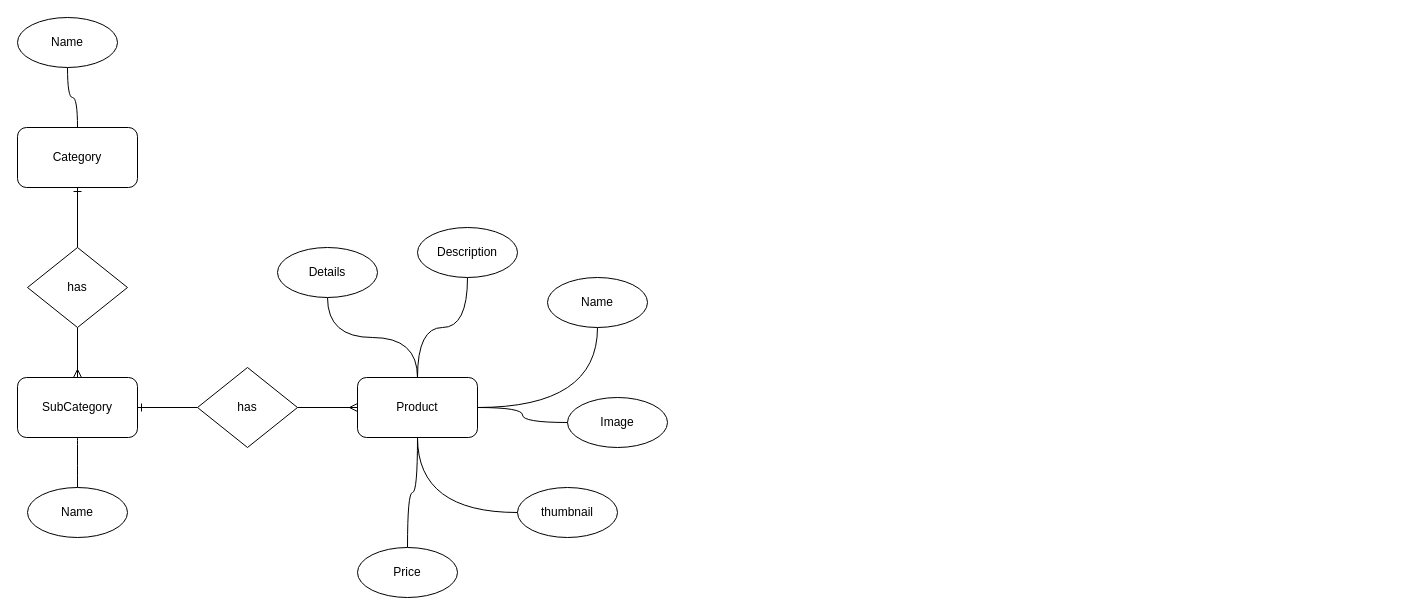
Above: diagrams/WEB.drawio in JeeJay23/diagrams (draw.io), before the change. Source tidied: cells renumbered, new cells numbered last; positions are measured from the earlier drawing's top-left corner, leaving out a move shared by most shapes. Both pictures are drawn from the tidied source at 100%, with x=0, y=0 at pixel (17, 17).
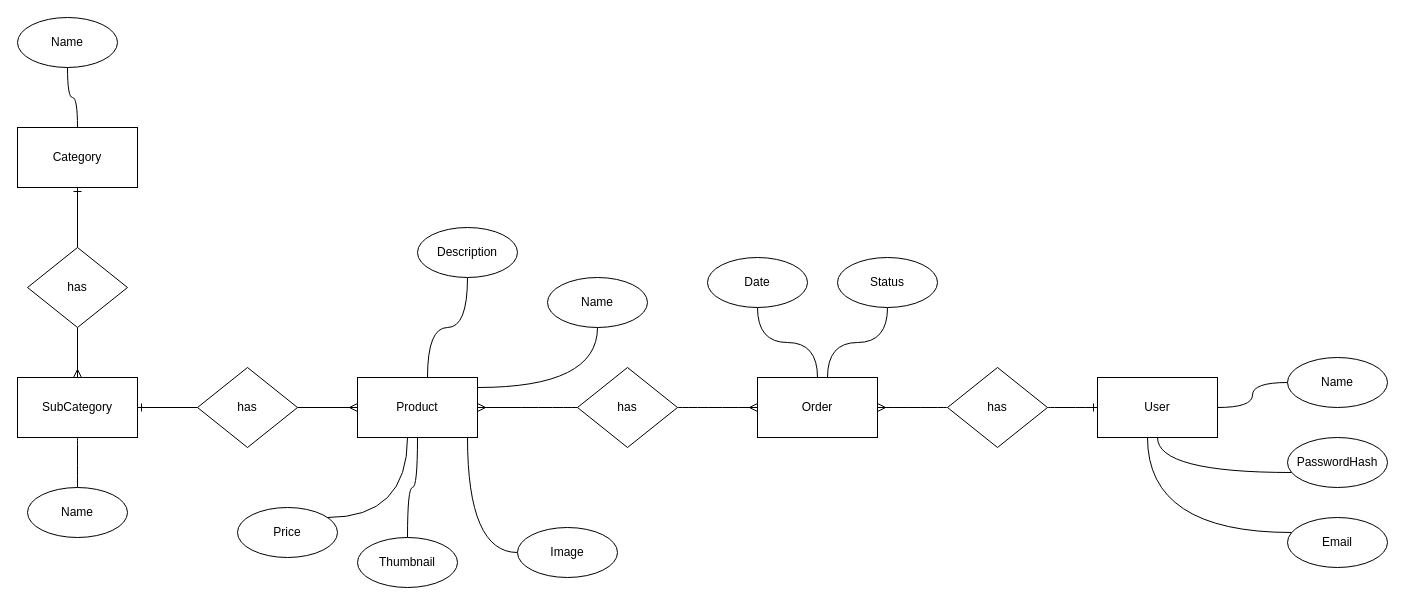
The same diagram, later.

Diff of the diagram source:
```diff
@@
-    <mxCell id="2" style="edgeStyle=orthogonalEdgeStyle;curved=1;rounded=0;jettySize=auto;html=1;endArrow=none;endFill=0;" parent="1" edge="1" source="6" target="8">
-      <mxGeometry relative="1" as="geometry" />
-    </mxCell>
     <mxCell id="3" style="edgeStyle=orthogonalEdgeStyle;curved=1;rounded=0;jettySize=auto;html=1;endArrow=none;endFill=0;" parent="1" edge="1" source="6" target="7">
-      <mxGeometry relative="1" as="geometry" />
+      <mxGeometry relative="1" as="geometry">
+        <Array as="points">
+          <mxPoint x="410" y="310" />
+          <mxPoint x="450" y="310" />
+        </Array>
+      </mxGeometry>
     </mxCell>
     <mxCell id="4" style="edgeStyle=orthogonalEdgeStyle;curved=1;rounded=0;jettySize=auto;html=1;endArrow=none;endFill=0;" parent="1" edge="1" source="6" target="16">
-      <mxGeometry relative="1" as="geometry" />
+      <mxGeometry relative="1" as="geometry">
+        <Array as="points">
+          <mxPoint x="580" y="370" />
+        </Array>
+      </mxGeometry>
     </mxCell>
     <mxCell id="5" style="edgeStyle=orthogonalEdgeStyle;curved=1;rounded=0;jettySize=auto;html=1;endArrow=none;endFill=0;" parent="1" edge="1" source="6" target="26">
-      <mxGeometry relative="1" as="geometry" />
+      <mxGeometry relative="1" as="geometry">
+        <Array as="points">
+          <mxPoint x="390" y="500" />
+          <mxPoint x="280" y="500" />
+        </Array>
+      </mxGeometry>
     </mxCell>
+    <mxCell id="27" style="edgeStyle=orthogonalEdgeStyle;curved=1;rounded=0;jettySize=auto;html=1;endArrow=none;endFill=0;" parent="1" edge="1" source="6" target="10">
+      <mxGeometry relative="1" as="geometry">
+        <Array as="points">
+          <mxPoint x="450" y="535" />
+        </Array>
+      </mxGeometry>
+    </mxCell>
-    <mxCell id="6" value="Product" style="rounded=1;whiteSpace=wrap;html=1;" parent="1" vertex="1">
+    <mxCell id="6" value="Product" style="rounded=0;whiteSpace=wrap;html=1;" parent="1" vertex="1">
       <mxGeometry x="340" y="360" width="120" height="60" as="geometry" />
     </mxCell>
-    <mxCell id="7" value="Description" style="ellipse;whiteSpace=wrap;html=1;" parent="1" vertex="1">
+    <mxCell id="7" value="Description" style="ellipse;whiteSpace=wrap;html=1;rounded=0;" parent="1" vertex="1">
       <mxGeometry x="400" y="210" width="100" height="50" as="geometry" />
     </mxCell>
-    <mxCell id="8" value="Details" style="ellipse;whiteSpace=wrap;html=1;" parent="1" vertex="1">
-      <mxGeometry x="260" y="230" width="100" height="50" as="geometry" />
-    </mxCell>
-    <mxCell id="9" style="edgeStyle=orthogonalEdgeStyle;curved=1;rounded=0;jettySize=auto;html=1;endArrow=none;endFill=0;" parent="1" edge="1" source="10" target="6">
-      <mxGeometry relative="1" as="geometry" />
-    </mxCell>
-    <mxCell id="10" value="Image" style="ellipse;whiteSpace=wrap;html=1;" parent="1" vertex="1">
-      <mxGeometry x="550" y="380" width="100" height="50" as="geometry" />
+    <mxCell id="10" value="Image" style="ellipse;whiteSpace=wrap;html=1;rounded=0;" parent="1" vertex="1">
+      <mxGeometry x="500" y="510" width="100" height="50" as="geometry" />
     </mxCell>
@@
-    <mxCell id="12" value="thumbnail" style="ellipse;whiteSpace=wrap;html=1;" parent="1" vertex="1">
-      <mxGeometry x="500" y="470" width="100" height="50" as="geometry" />
+    <mxCell id="12" value="Thumbnail" style="ellipse;whiteSpace=wrap;html=1;rounded=0;" parent="1" vertex="1">
+      <mxGeometry x="340" y="520" width="100" height="50" as="geometry" />
     </mxCell>
@@
-    <mxCell id="14" value="Category" style="rounded=1;whiteSpace=wrap;html=1;" parent="1" vertex="1">
+    <mxCell id="14" value="Category" style="rounded=0;whiteSpace=wrap;html=1;" parent="1" vertex="1">
       <mxGeometry y="110" width="120" height="60" as="geometry" />
     </mxCell>
-    <mxCell id="15" value="Name" style="ellipse;whiteSpace=wrap;html=1;" parent="1" vertex="1">
+    <mxCell id="15" value="Name" style="ellipse;whiteSpace=wrap;html=1;rounded=0;" parent="1" vertex="1">
       <mxGeometry width="100" height="50" as="geometry" />
     </mxCell>
-    <mxCell id="16" value="Name" style="ellipse;whiteSpace=wrap;html=1;" parent="1" vertex="1">
+    <mxCell id="16" value="Name" style="ellipse;whiteSpace=wrap;html=1;rounded=0;" parent="1" vertex="1">
       <mxGeometry x="530" y="260" width="100" height="50" as="geometry" />
     </mxCell>
@@
-    <mxCell id="18" value="SubCategory" style="rounded=1;whiteSpace=wrap;html=1;" parent="1" vertex="1">
+    <mxCell id="18" value="SubCategory" style="rounded=0;whiteSpace=wrap;html=1;" parent="1" vertex="1">
       <mxGeometry y="360" width="120" height="60" as="geometry" />
     </mxCell>
@@
-    <mxCell id="21" value="has" style="rhombus;whiteSpace=wrap;html=1;" parent="1" vertex="1">
+    <mxCell id="21" value="has" style="rhombus;whiteSpace=wrap;html=1;rounded=0;" parent="1" vertex="1">
       <mxGeometry x="10" y="230" width="100" height="80" as="geometry" />
     </mxCell>
@@
-    <mxCell id="24" value="has" style="rhombus;whiteSpace=wrap;html=1;" parent="1" vertex="1">
+    <mxCell id="24" value="has" style="rhombus;whiteSpace=wrap;html=1;rounded=0;" parent="1" vertex="1">
       <mxGeometry x="180" y="350" width="100" height="80" as="geometry" />
     </mxCell>
-    <mxCell id="25" value="Name" style="ellipse;whiteSpace=wrap;html=1;" parent="1" vertex="1">
+    <mxCell id="25" value="Name" style="ellipse;whiteSpace=wrap;html=1;rounded=0;" parent="1" vertex="1">
       <mxGeometry x="10" y="470" width="100" height="50" as="geometry" />
     </mxCell>
-    <mxCell id="26" value="Price" style="ellipse;whiteSpace=wrap;html=1;" parent="1" vertex="1">
-      <mxGeometry x="340" y="530" width="100" height="50" as="geometry" />
+    <mxCell id="26" value="Price" style="ellipse;whiteSpace=wrap;html=1;rounded=0;" parent="1" vertex="1">
+      <mxGeometry x="220" y="490" width="100" height="50" as="geometry" />
     </mxCell>
+    <mxCell id="28" style="edgeStyle=orthogonalEdgeStyle;curved=1;rounded=0;jettySize=auto;html=1;endArrow=none;endFill=0;" parent="1" edge="1" source="31" target="32">
+      <mxGeometry relative="1" as="geometry" />
+    </mxCell>
+    <mxCell id="29" style="edgeStyle=orthogonalEdgeStyle;curved=1;rounded=0;jettySize=auto;html=1;endArrow=none;endFill=0;" parent="1" edge="1" source="31" target="33">
+      <mxGeometry relative="1" as="geometry">
+        <Array as="points">
+          <mxPoint x="1140" y="455" />
+        </Array>
+      </mxGeometry>
+    </mxCell>
+    <mxCell id="30" style="edgeStyle=orthogonalEdgeStyle;curved=1;rounded=0;jettySize=auto;html=1;endArrow=none;endFill=0;" parent="1" edge="1" source="31" target="34">
+      <mxGeometry relative="1" as="geometry">
+        <Array as="points">
+          <mxPoint x="1130" y="515" />
+        </Array>
+      </mxGeometry>
+    </mxCell>
+    <mxCell id="31" value="User" style="rounded=0;whiteSpace=wrap;html=1;" parent="1" vertex="1">
+      <mxGeometry x="1080" y="360" width="120" height="60" as="geometry" />
+    </mxCell>
+    <mxCell id="32" value="Name" style="ellipse;whiteSpace=wrap;html=1;rounded=0;" parent="1" vertex="1">
+      <mxGeometry x="1270" y="340" width="100" height="50" as="geometry" />
+    </mxCell>
+    <mxCell id="33" value="PasswordHash" style="ellipse;whiteSpace=wrap;html=1;rounded=0;" parent="1" vertex="1">
+      <mxGeometry x="1270" y="420" width="100" height="50" as="geometry" />
+    </mxCell>
+    <mxCell id="34" value="Email" style="ellipse;whiteSpace=wrap;html=1;rounded=0;" parent="1" vertex="1">
+      <mxGeometry x="1270" y="500" width="100" height="50" as="geometry" />
+    </mxCell>
+    <mxCell id="35" style="edgeStyle=orthogonalEdgeStyle;curved=1;rounded=0;jettySize=auto;html=1;endArrow=none;endFill=0;" parent="1" edge="1" source="37" target="44">
+      <mxGeometry relative="1" as="geometry" />
+    </mxCell>
+    <mxCell id="36" style="edgeStyle=orthogonalEdgeStyle;curved=1;rounded=0;jettySize=auto;html=1;endArrow=none;endFill=0;" parent="1" edge="1" source="37" target="45">
+      <mxGeometry relative="1" as="geometry">
+        <Array as="points">
+          <mxPoint x="810" y="325" />
+          <mxPoint x="870" y="325" />
+        </Array>
+      </mxGeometry>
+    </mxCell>
+    <mxCell id="37" value="Order" style="rounded=0;whiteSpace=wrap;html=1;" parent="1" vertex="1">
+      <mxGeometry x="740" y="360" width="120" height="60" as="geometry" />
+    </mxCell>
+    <mxCell id="38" style="edgeStyle=orthogonalEdgeStyle;curved=1;rounded=0;jettySize=auto;html=1;endArrow=ERone;endFill=0;" parent="1" edge="1" source="40" target="31">
+      <mxGeometry relative="1" as="geometry" />
+    </mxCell>
+    <mxCell id="39" style="edgeStyle=orthogonalEdgeStyle;curved=1;rounded=0;jettySize=auto;html=1;endArrow=ERmany;endFill=0;" parent="1" edge="1" source="40" target="37">
+      <mxGeometry relative="1" as="geometry" />
+    </mxCell>
+    <mxCell id="40" value="has" style="rhombus;whiteSpace=wrap;html=1;rounded=0;" parent="1" vertex="1">
+      <mxGeometry x="930" y="350" width="100" height="80" as="geometry" />
+    </mxCell>
+    <mxCell id="41" style="edgeStyle=orthogonalEdgeStyle;curved=1;rounded=0;jettySize=auto;html=1;endArrow=ERmany;endFill=0;" parent="1" edge="1" source="43" target="37">
+      <mxGeometry relative="1" as="geometry" />
+    </mxCell>
+    <mxCell id="42" style="edgeStyle=orthogonalEdgeStyle;curved=1;rounded=0;jettySize=auto;html=1;endArrow=ERmany;endFill=0;" parent="1" edge="1" source="43" target="6">
+      <mxGeometry relative="1" as="geometry" />
+    </mxCell>
+    <mxCell id="43" value="has" style="rhombus;whiteSpace=wrap;html=1;rounded=0;" parent="1" vertex="1">
+      <mxGeometry x="560" y="350" width="100" height="80" as="geometry" />
+    </mxCell>
+    <mxCell id="44" value="Date" style="ellipse;whiteSpace=wrap;html=1;rounded=0;" parent="1" vertex="1">
+      <mxGeometry x="690" y="240" width="100" height="50" as="geometry" />
+    </mxCell>
+    <mxCell id="45" value="Status" style="ellipse;whiteSpace=wrap;html=1;rounded=0;" parent="1" vertex="1">
+      <mxGeometry x="820" y="240" width="100" height="50" as="geometry" />
+    </mxCell>
```
